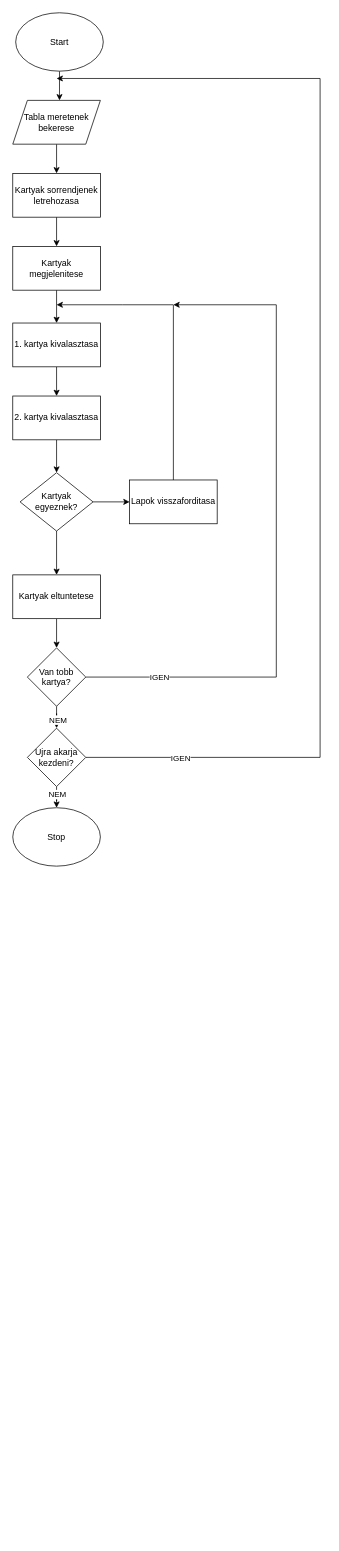
This is tervek/memoriajatek.drawio from Kugesz/memoriaJatekProject, a draw.io file, before an edit. Source tidied: cells renumbered, new cells numbered last; positions are measured from the earlier drawing's top-left corner, leaving out a move shared by most shapes. Both pictures are drawn from the tidied source at 73%, with x=0, y=0 at pixel (12, 12).
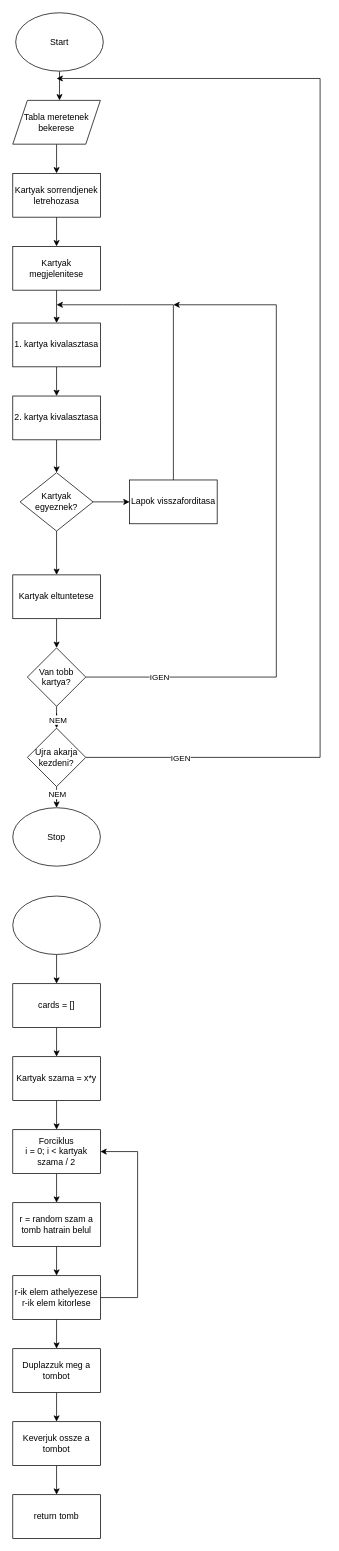
After the change.

Diff of the diagram source:
```diff
@@
+    <mxCell id="32" style="edgeStyle=orthogonalEdgeStyle;rounded=0;jettySize=auto;html=1;" parent="1" edge="1" source="33" target="35">
+      <mxGeometry relative="1" as="geometry" />
+    </mxCell>
+    <mxCell id="33" style="ellipse;whiteSpace=wrap;html=1;" parent="1" vertex="1">
+      <mxGeometry y="1210" width="120" height="80" as="geometry" />
+    </mxCell>
+    <mxCell id="34" style="edgeStyle=orthogonalEdgeStyle;rounded=0;jettySize=auto;html=1;" parent="1" edge="1" source="35" target="37">
+      <mxGeometry relative="1" as="geometry" />
+    </mxCell>
+    <mxCell id="35" value="cards = []" style="whiteSpace=wrap;html=1;" parent="1" vertex="1">
+      <mxGeometry y="1330" width="120" height="60" as="geometry" />
+    </mxCell>
+    <mxCell id="36" style="edgeStyle=orthogonalEdgeStyle;rounded=0;jettySize=auto;html=1;" parent="1" edge="1" source="37" target="39">
+      <mxGeometry relative="1" as="geometry" />
+    </mxCell>
+    <mxCell id="37" value="Kartyak szama = x*y" style="whiteSpace=wrap;html=1;" parent="1" vertex="1">
+      <mxGeometry y="1430" width="120" height="60" as="geometry" />
+    </mxCell>
+    <mxCell id="38" style="edgeStyle=orthogonalEdgeStyle;rounded=0;jettySize=auto;html=1;" parent="1" edge="1" source="39" target="41">
+      <mxGeometry relative="1" as="geometry" />
+    </mxCell>
+    <mxCell id="39" value="Forciklus&lt;br&gt;i = 0; i &amp;lt; kartyak szama / 2" style="whiteSpace=wrap;html=1;" parent="1" vertex="1">
+      <mxGeometry y="1530" width="120" height="60" as="geometry" />
+    </mxCell>
+    <mxCell id="40" style="edgeStyle=orthogonalEdgeStyle;rounded=0;jettySize=auto;html=1;" parent="1" edge="1" source="41" target="44">
+      <mxGeometry relative="1" as="geometry" />
+    </mxCell>
+    <mxCell id="41" value="r = random szam a tomb hatrain belul" style="whiteSpace=wrap;html=1;" parent="1" vertex="1">
+      <mxGeometry y="1630" width="120" height="60" as="geometry" />
+    </mxCell>
+    <mxCell id="42" style="edgeStyle=orthogonalEdgeStyle;rounded=0;jettySize=auto;html=1;entryX=1;entryY=0.5;entryDx=0;entryDy=0;" parent="1" edge="1" source="44" target="39">
+      <mxGeometry relative="1" as="geometry">
+        <Array as="points">
+          <mxPoint x="171" y="1760" />
+          <mxPoint x="171" y="1560" />
+        </Array>
+      </mxGeometry>
+    </mxCell>
+    <mxCell id="43" style="edgeStyle=orthogonalEdgeStyle;rounded=0;jettySize=auto;html=1;" parent="1" edge="1" source="44" target="46">
+      <mxGeometry relative="1" as="geometry" />
+    </mxCell>
+    <mxCell id="44" value="r-ik elem athelyezese&lt;br&gt;r-ik elem kitorlese" style="whiteSpace=wrap;html=1;" parent="1" vertex="1">
+      <mxGeometry y="1730" width="120" height="60" as="geometry" />
+    </mxCell>
+    <mxCell id="45" style="edgeStyle=orthogonalEdgeStyle;rounded=0;jettySize=auto;html=1;" parent="1" edge="1" source="46" target="48">
+      <mxGeometry relative="1" as="geometry" />
+    </mxCell>
+    <mxCell id="46" value="Duplazzuk meg a tombot" style="whiteSpace=wrap;html=1;" parent="1" vertex="1">
+      <mxGeometry y="1830" width="120" height="60" as="geometry" />
+    </mxCell>
+    <mxCell id="47" style="edgeStyle=orthogonalEdgeStyle;rounded=0;jettySize=auto;html=1;" parent="1" edge="1" source="48" target="49">
+      <mxGeometry relative="1" as="geometry" />
+    </mxCell>
+    <mxCell id="48" value="Keverjuk ossze a tombot" style="whiteSpace=wrap;html=1;" parent="1" vertex="1">
+      <mxGeometry y="1930" width="120" height="60" as="geometry" />
+    </mxCell>
+    <mxCell id="49" value="return tomb" style="whiteSpace=wrap;html=1;" parent="1" vertex="1">
+      <mxGeometry y="2030" width="120" height="60" as="geometry" />
+    </mxCell>
```
